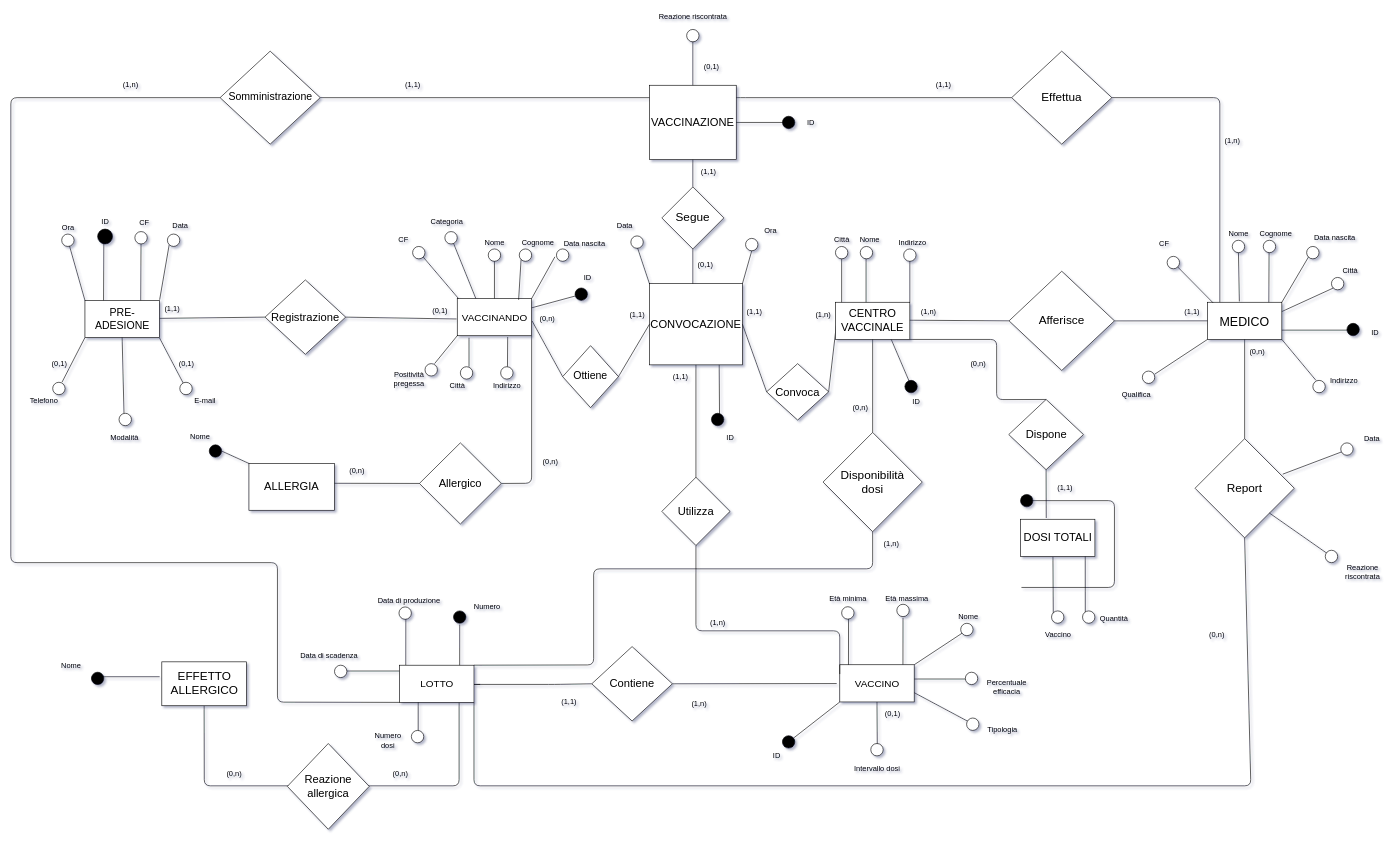
This is page "ERristr" (1 of 2) of bd/Schema E/ERristrutturato.drawio from shaggyishere/VaccineDatabase, a draw.io file, before an edit. Source tidied: cells renumbered, new cells numbered last; positions are measured from the earlier drawing's top-left corner, leaving out a move shared by most shapes. Both pictures are drawn from the tidied source at 62%, with x=0, y=0 at pixel (11, 11).
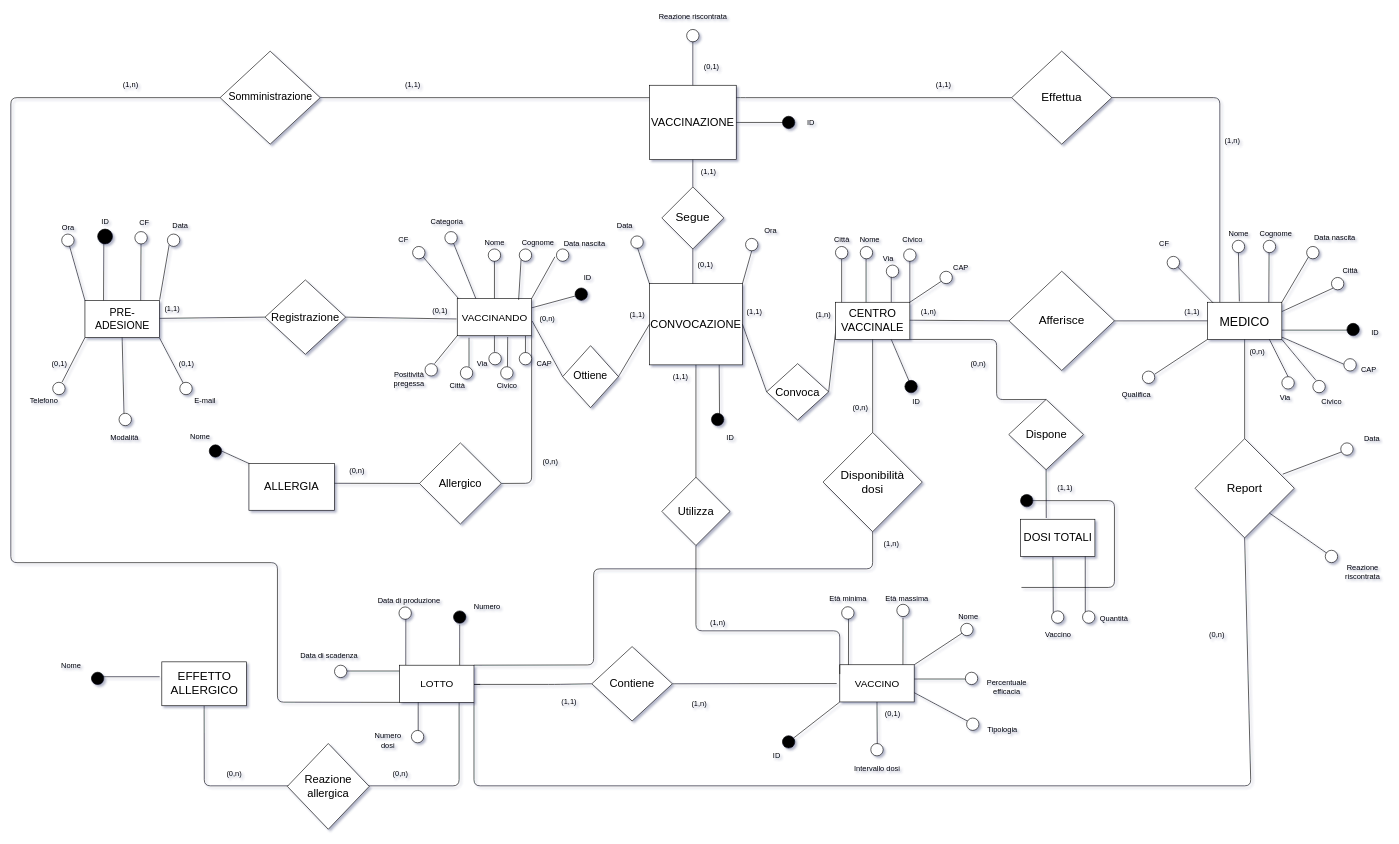
After the change.

Commit message:
modificati attributi indirizzo (via, civico, cap)

Unchanged cells that the change refers to:
```xml
<mxCell id="5" value="&lt;font style=&quot;font-size: 18px&quot;&gt;CENTRO VACCINALE&lt;/font&gt;" style="rounded=0;whiteSpace=wrap;html=1;strokeWidth=1;fillColor=#FFFFFF;" parent="1" vertex="1">
  <mxGeometry x="1330" y="470" width="120" height="60" as="geometry" />
</mxCell>
<mxCell id="64" style="rounded=0;whiteSpace=wrap;html=1;" parent="1" vertex="1">
  <mxGeometry x="720" y="464" width="120" height="60" as="geometry" />
</mxCell>
<mxCell id="115" value="&lt;blockquote style=&quot;font-size: 20px&quot;&gt;MEDICO&lt;/blockquote&gt;" style="whiteSpace=wrap;html=1;strokeWidth=1;fillColor=#FFFFFF;" parent="1" vertex="1">
  <mxGeometry x="1930" y="470" width="120" height="60" as="geometry" />
</mxCell>
```

Diff of the diagram source:
```diff
@@
-    <mxCell id="16" value="Indirizzo" style="text;html=1;align=center;verticalAlign=middle;strokeColor=none;" parent="1" vertex="1">
-      <mxGeometry x="1424" y="364" width="60" height="20" as="geometry" />
+    <mxCell id="16" value="Via" style="text;html=1;align=center;verticalAlign=middle;strokeColor=none;" parent="1" vertex="1">
+      <mxGeometry x="1400" y="390" width="30" height="20" as="geometry" />
     </mxCell>
@@
-    <mxCell id="84" value="Indirizzo" style="text;html=1;align=center;verticalAlign=middle;strokeColor=none;" parent="1" vertex="1">
-      <mxGeometry x="770" y="594" width="60" height="20" as="geometry" />
+    <mxCell id="84" value="Civico" style="text;html=1;align=center;verticalAlign=middle;strokeColor=none;" parent="1" vertex="1">
+      <mxGeometry x="775" y="594" width="50" height="20" as="geometry" />
     </mxCell>
@@
-    <mxCell id="133" value="Indirizzo" style="text;html=1;align=center;verticalAlign=middle;strokeColor=none;" parent="1" vertex="1">
-      <mxGeometry x="2120" y="586" width="60" height="20" as="geometry" />
+    <mxCell id="133" value="Via" style="text;html=1;align=center;verticalAlign=middle;strokeColor=none;" parent="1" vertex="1">
+      <mxGeometry x="2040" y="614" width="30" height="20" as="geometry" />
     </mxCell>
@@
+    <mxCell id="241" style="endArrow=none;html=1;entryX=0.75;entryY=0;entryDx=0;entryDy=0;" parent="1" edge="1" target="5">
+      <mxGeometry relative="1" as="geometry">
+        <mxPoint x="1420" y="420" as="sourcePoint" />
+      </mxGeometry>
+    </mxCell>
+    <mxCell id="242" style="ellipse;whiteSpace=wrap;html=1;strokeWidth=1;" parent="1" vertex="1">
+      <mxGeometry x="1412" y="410" width="20" height="20" as="geometry" />
+    </mxCell>
+    <mxCell id="243" value="CAP" style="text;html=1;align=center;verticalAlign=middle;strokeColor=none;" parent="1" vertex="1">
+      <mxGeometry x="1512" y="404" width="40" height="20" as="geometry" />
+    </mxCell>
+    <mxCell id="244" style="endArrow=none;html=1;" parent="1" edge="1">
+      <mxGeometry relative="1" as="geometry">
+        <mxPoint x="1510" y="430" as="sourcePoint" />
+        <mxPoint x="1450" y="470" as="targetPoint" />
+      </mxGeometry>
+    </mxCell>
+    <mxCell id="245" style="ellipse;whiteSpace=wrap;html=1;strokeWidth=1;" parent="1" vertex="1">
+      <mxGeometry x="1498.5" y="420" width="20" height="20" as="geometry" />
+    </mxCell>
+    <mxCell id="246" value="Civico" style="text;html=1;align=center;verticalAlign=middle;strokeColor=none;" parent="1" vertex="1">
+      <mxGeometry x="1429" y="360" width="50" height="20" as="geometry" />
+    </mxCell>
+    <mxCell id="247" style="endArrow=none;html=1;exitX=0.833;exitY=0.999;exitDx=0;exitDy=0;exitPerimeter=0;" parent="1" edge="1" source="115">
+      <mxGeometry relative="1" as="geometry">
+        <mxPoint x="2060" y="590" as="targetPoint" />
+      </mxGeometry>
+    </mxCell>
+    <mxCell id="248" style="endArrow=none;html=1;" parent="1" edge="1" source="115">
+      <mxGeometry relative="1" as="geometry">
+        <mxPoint x="2150" y="570" as="targetPoint" />
+      </mxGeometry>
+    </mxCell>
+    <mxCell id="249" style="ellipse;whiteSpace=wrap;html=1;strokeWidth=1;" parent="1" vertex="1">
+      <mxGeometry x="2150" y="561" width="20" height="20" as="geometry" />
+    </mxCell>
+    <mxCell id="250" value="CAP" style="text;html=1;align=center;verticalAlign=middle;strokeColor=none;" parent="1" vertex="1">
+      <mxGeometry x="2170" y="569" width="40" height="20" as="geometry" />
+    </mxCell>
+    <mxCell id="251" style="ellipse;whiteSpace=wrap;html=1;strokeWidth=1;" parent="1" vertex="1">
+      <mxGeometry x="2050" y="590" width="20" height="20" as="geometry" />
+    </mxCell>
+    <mxCell id="252" value="Civico" style="text;html=1;align=center;verticalAlign=middle;strokeColor=none;" parent="1" vertex="1">
+      <mxGeometry x="2105" y="620" width="50" height="20" as="geometry" />
+    </mxCell>
+    <mxCell id="253" style="endArrow=none;html=1;exitX=0.5;exitY=1;exitDx=0;exitDy=0;" parent="1" edge="1" source="64">
+      <mxGeometry relative="1" as="geometry">
+        <mxPoint x="780" y="550" as="targetPoint" />
+      </mxGeometry>
+    </mxCell>
+    <mxCell id="254" style="ellipse;whiteSpace=wrap;html=1;strokeWidth=1;" parent="1" vertex="1">
+      <mxGeometry x="771" y="551" width="20" height="20" as="geometry" />
+    </mxCell>
+    <mxCell id="255" value="Via" style="text;html=1;align=center;verticalAlign=middle;strokeColor=none;" parent="1" vertex="1">
+      <mxGeometry x="745" y="559" width="30" height="20" as="geometry" />
+    </mxCell>
+    <mxCell id="256" style="endArrow=none;html=1;exitX=0.917;exitY=1.006;exitDx=0;exitDy=0;exitPerimeter=0;" parent="1" edge="1" source="64">
+      <mxGeometry relative="1" as="geometry">
+        <mxPoint x="830" y="560" as="targetPoint" />
+      </mxGeometry>
+    </mxCell>
+    <mxCell id="257" style="ellipse;whiteSpace=wrap;html=1;strokeWidth=1;" parent="1" vertex="1">
+      <mxGeometry x="820" y="551" width="20" height="20" as="geometry" />
+    </mxCell>
+    <mxCell id="258" value="CAP" style="text;html=1;align=center;verticalAlign=middle;strokeColor=none;" parent="1" vertex="1">
+      <mxGeometry x="840" y="559" width="40" height="20" as="geometry" />
+    </mxCell>
```
